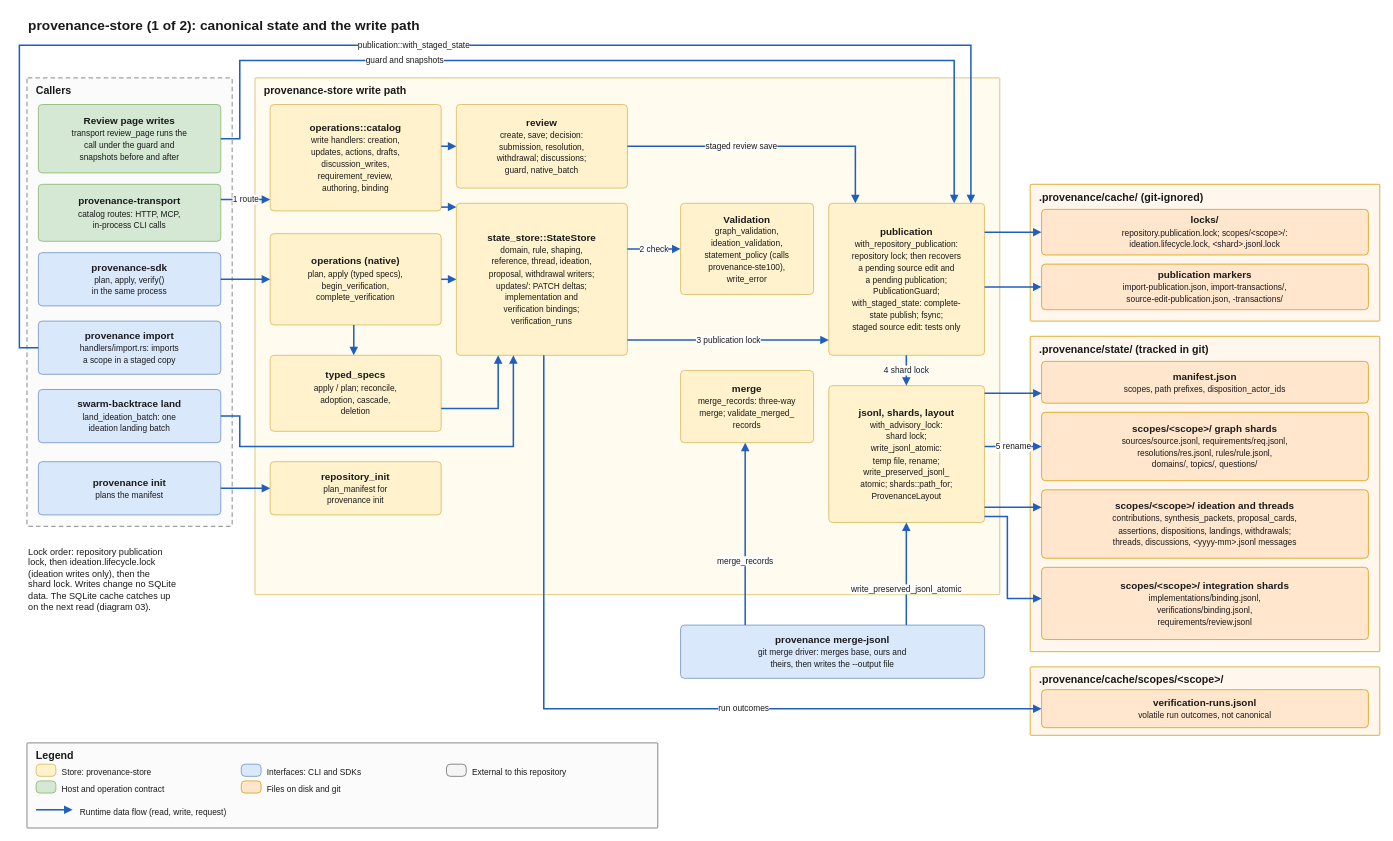
This is docs/architecture/diagrams/02-store-writes.drawio from quality-sh/provenance, a draw.io file, before an edit. Source tidied: cells renumbered, new cells numbered last; positions are measured from the earlier drawing's top-left corner, leaving out a move shared by most shapes. Both pictures are drawn from the tidied source at 76%, with x=0, y=0 at pixel (19, 13).
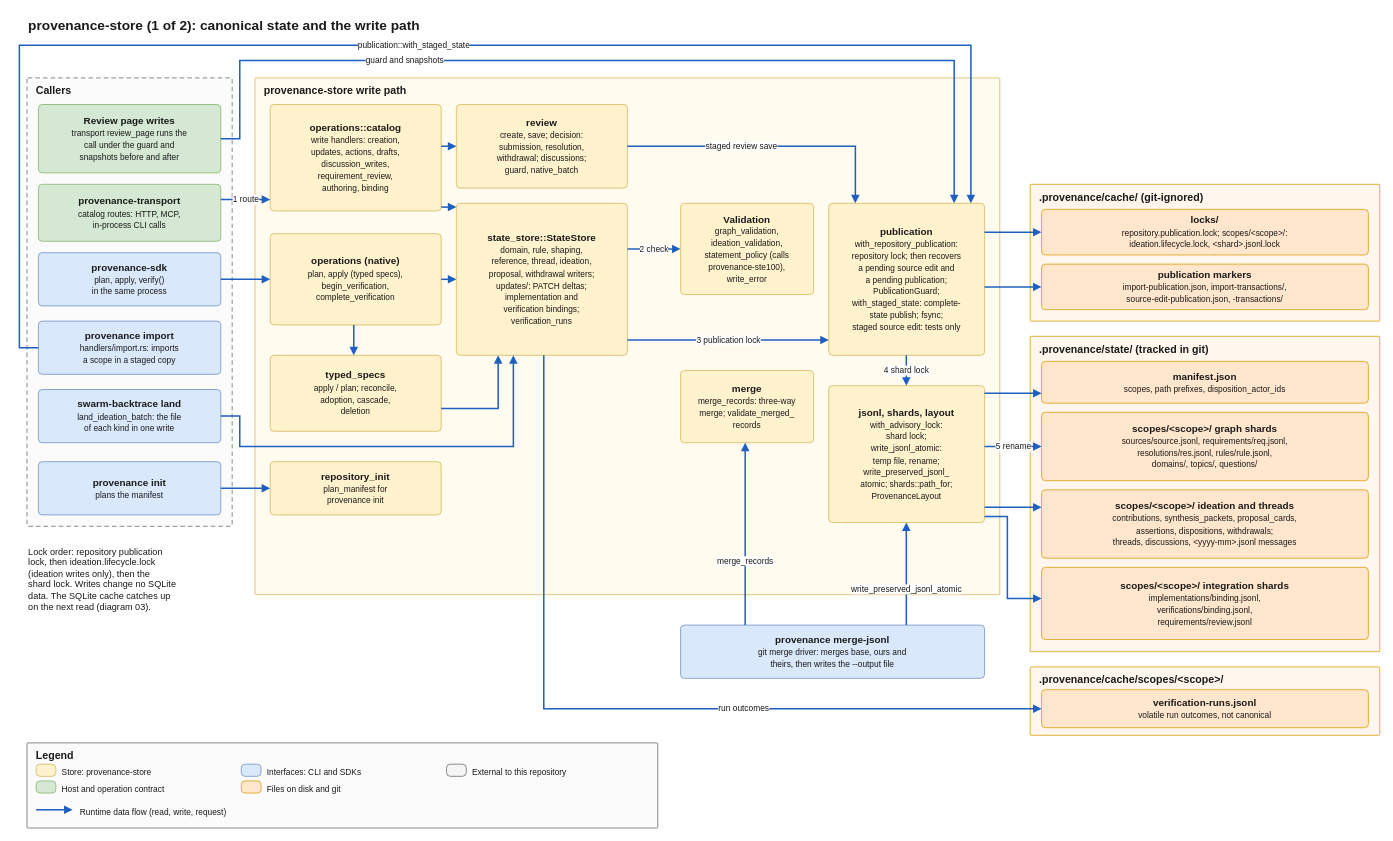
After the change.

The change refers to these unchanged cells:
```xml
<mxCell id="3" value="Callers" style="rounded=1;arcSize=2;absoluteArcSize=1;whiteSpace=wrap;html=1;fillColor=#fbfbfb;strokeColor=#666666;verticalAlign=top;align=left;spacingLeft=10;spacingRight=10;spacingTop=2;fontStyle=1;fontSize=14;fontColor=#1a1a1a;dashed=1;dashPattern=6 4;" parent="1" vertex="1">
  <mxGeometry x="10" y="85" width="270" height="590" as="geometry" />
</mxCell>
<mxCell id="26" value=".provenance/state/ (tracked in git)" style="rounded=1;arcSize=2;absoluteArcSize=1;whiteSpace=wrap;html=1;fillColor=#fff7ee;strokeColor=#d79b00;verticalAlign=top;align=left;spacingLeft=10;spacingRight=10;spacingTop=2;fontStyle=1;fontSize=14;fontColor=#1a1a1a;" parent="1" vertex="1">
  <mxGeometry x="1330" y="425" width="460" height="415" as="geometry" />
</mxCell>
```

The edit, as a diff of the source:
```diff
@@
-    <mxCell id="8" value="&lt;b&gt;swarm-backtrace land&lt;/b&gt;&lt;br&gt;&lt;font style=&quot;font-size:11px&quot;&gt;land_ideation_batch: one&lt;br&gt;ideation landing batch&lt;/font&gt;" style="rounded=1;arcSize=10;absoluteArcSize=1;whiteSpace=wrap;html=1;fillColor=#dae8fc;strokeColor=#6c8ebf;fontSize=13;fontColor=#1a1a1a;verticalAlign=middle;align=center;spacing=4;" parent="3" vertex="1">
+    <mxCell id="8" value="&lt;b&gt;swarm-backtrace land&lt;/b&gt;&lt;br&gt;&lt;font style=&quot;font-size:11px&quot;&gt;land_ideation_batch: the file&lt;br&gt;of each kind in one write&lt;/font&gt;" style="rounded=1;arcSize=10;absoluteArcSize=1;whiteSpace=wrap;html=1;fillColor=#dae8fc;strokeColor=#6c8ebf;fontSize=13;fontColor=#1a1a1a;verticalAlign=middle;align=center;spacing=4;" parent="3" vertex="1">
       <mxGeometry x="15" y="410" width="240" height="70" as="geometry" />
     </mxCell>
@@
-    <mxCell id="29" value="&lt;b&gt;scopes/&amp;lt;scope&amp;gt;/ ideation and threads&lt;/b&gt;&lt;br&gt;&lt;font style=&quot;font-size:11px&quot;&gt;contributions, synthesis_packets, proposal_cards,&lt;br&gt;assertions, dispositions, landings, withdrawals;&lt;br&gt;threads, discussions, &amp;lt;yyyy-mm&amp;gt;.jsonl messages&lt;/font&gt;" style="rounded=1;arcSize=10;absoluteArcSize=1;whiteSpace=wrap;html=1;fillColor=#ffe6cc;strokeColor=#d79b00;fontSize=13;fontColor=#1a1a1a;verticalAlign=middle;align=center;spacing=4;" parent="26" vertex="1">
+    <mxCell id="29" value="&lt;b&gt;scopes/&amp;lt;scope&amp;gt;/ ideation and threads&lt;/b&gt;&lt;br&gt;&lt;font style=&quot;font-size:11px&quot;&gt;contributions, synthesis_packets, proposal_cards,&lt;br&gt;assertions, dispositions, withdrawals;&lt;br&gt;threads, discussions, &amp;lt;yyyy-mm&amp;gt;.jsonl messages&lt;/font&gt;" style="rounded=1;arcSize=10;absoluteArcSize=1;whiteSpace=wrap;html=1;fillColor=#ffe6cc;strokeColor=#d79b00;fontSize=13;fontColor=#1a1a1a;verticalAlign=middle;align=center;spacing=4;" parent="26" vertex="1">
       <mxGeometry x="15" y="202" width="430" height="90" as="geometry" />
     </mxCell>
```
